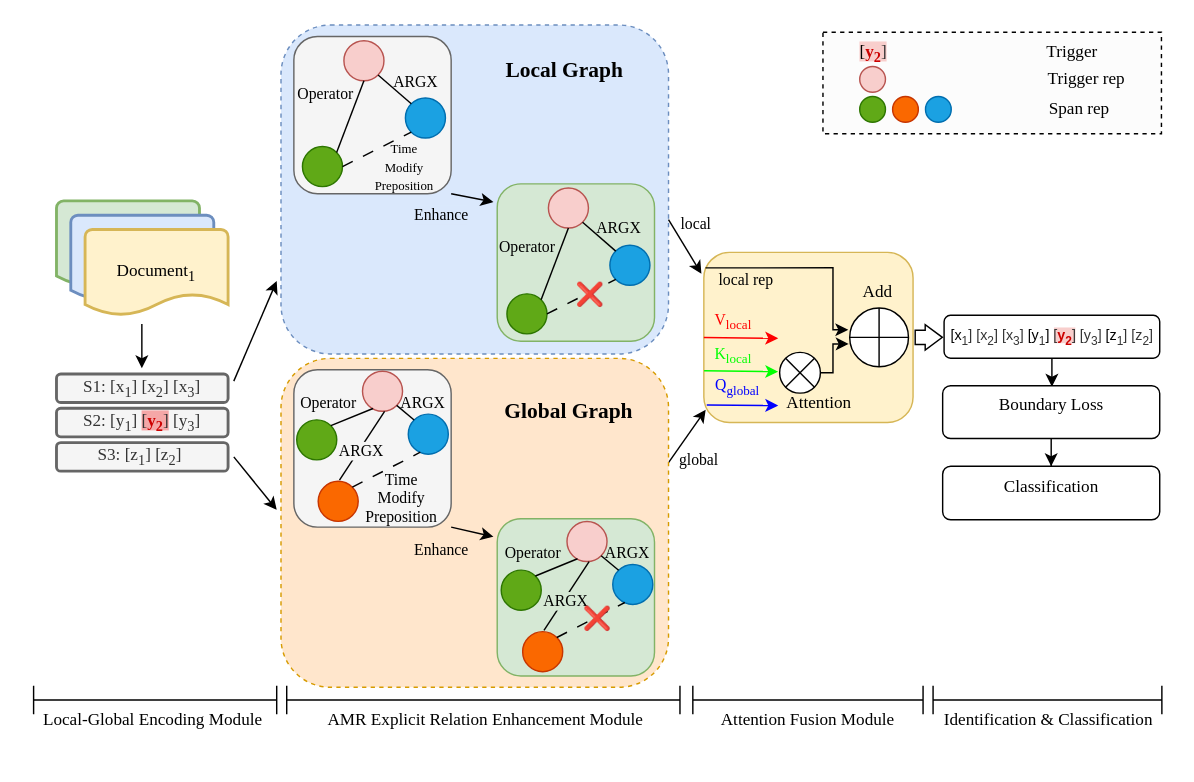
The draw.io diagram model-modify2.drawio in crawlerWPS/drawing, before the edit. Source tidied: cells renumbered, new cells numbered last; positions are measured from the earlier drawing's top-left corner, leaving out a move shared by most shapes. Both pictures are drawn from the tidied source at 143%, with x=0, y=0 at pixel (33, 24).
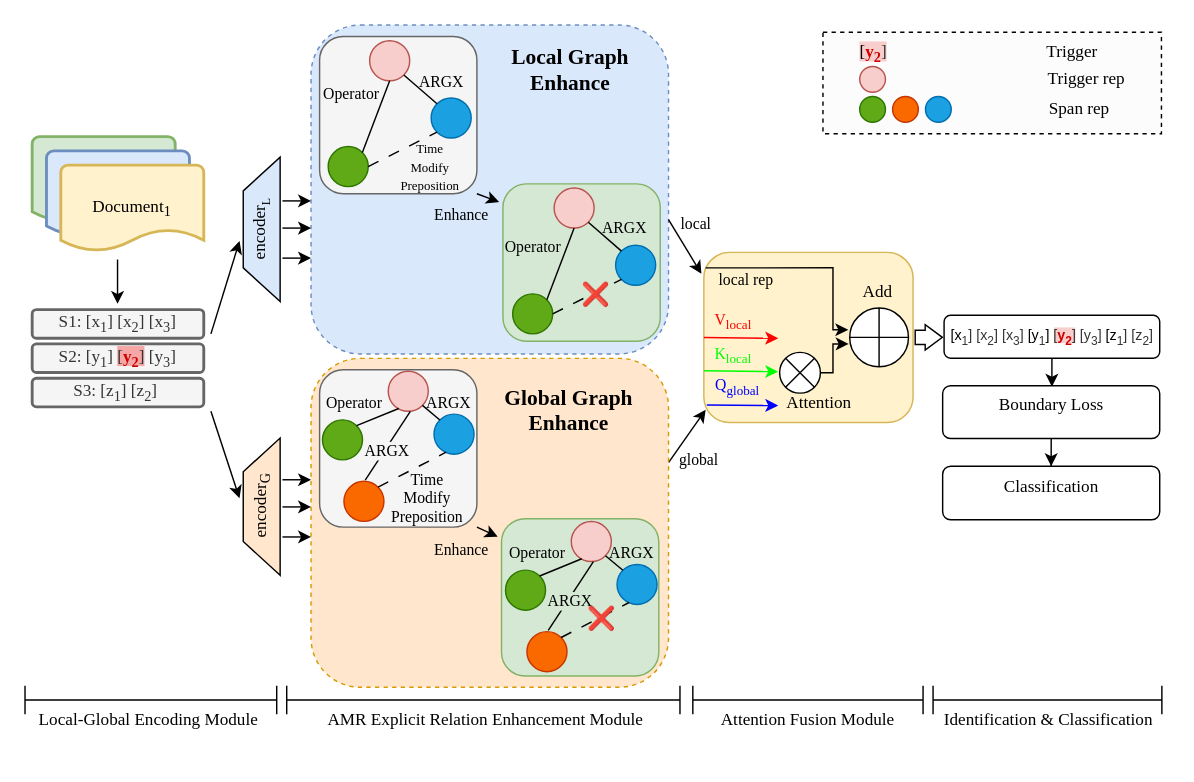
The same page after the edit.

Diff of the diagram source:
```diff
@@
     <mxCell id="2" style="rounded=1;whiteSpace=wrap;html=1;fillStyle=auto;dashed=1;glass=0;perimeterSpacing=0;fillColor=#dae8fc;strokeColor=#6c8ebf;" parent="1" vertex="1">
-      <mxGeometry x="173" width="271" height="230" as="geometry" />
+      <mxGeometry x="194" width="250" height="230" as="geometry" />
     </mxCell>
     <mxCell id="3" style="rounded=1;whiteSpace=wrap;html=1;fillColor=#f5f5f5;fontColor=#333333;strokeColor=#666666;" parent="1" vertex="1">
-      <mxGeometry x="182" y="8" width="110" height="110" as="geometry" />
+      <mxGeometry x="200" y="8" width="110" height="110" as="geometry" />
     </mxCell>
     <mxCell id="4" style="strokeWidth=2;html=1;shape=mxgraph.flowchart.document2;whiteSpace=wrap;size=0.25;fillColor=#d5e8d4;strokeColor=#82b366;" parent="1" vertex="1">
-      <mxGeometry x="16" y="123" width="100" height="60" as="geometry" />
+      <mxGeometry x="-1" y="78" width="100" height="60" as="geometry" />
     </mxCell>
     <mxCell id="5" style="strokeWidth=2;html=1;shape=mxgraph.flowchart.document2;whiteSpace=wrap;size=0.25;fillColor=#dae8fc;strokeColor=#6c8ebf;" parent="1" vertex="1">
-      <mxGeometry x="26" y="133" width="100" height="60" as="geometry" />
+      <mxGeometry x="9" y="88" width="100" height="60" as="geometry" />
     </mxCell>
     <mxCell id="6" value="&lt;font face=&quot;Times New Roman&quot;&gt;Document&lt;sub&gt;1&lt;/sub&gt;&lt;/font&gt;" style="strokeWidth=2;html=1;shape=mxgraph.flowchart.document2;whiteSpace=wrap;size=0.25;fillColor=#fff2cc;strokeColor=#d6b656;" parent="1" vertex="1">
-      <mxGeometry x="36" y="143" width="100" height="60" as="geometry" />
+      <mxGeometry x="19" y="98" width="100" height="60" as="geometry" />
     </mxCell>
     <mxCell id="7" value="&lt;font face=&quot;Times New Roman&quot;&gt;S1: [x&lt;sub&gt;1&lt;/sub&gt;] [x&lt;sub&gt;2&lt;/sub&gt;] [x&lt;sub&gt;3&lt;/sub&gt;]&lt;/font&gt;" style="rounded=1;whiteSpace=wrap;html=1;strokeWidth=2;fillColor=#f5f5f5;fontColor=#333333;strokeColor=#666666;" parent="1" vertex="1">
-      <mxGeometry x="16" y="244" width="120" height="20" as="geometry" />
+      <mxGeometry x="-1" y="199" width="120" height="20" as="geometry" />
     </mxCell>
     <mxCell id="8" value="&lt;font face=&quot;Times New Roman&quot;&gt;S2: [y&lt;sub&gt;1&lt;/sub&gt;] &lt;span style=&quot;background-color: rgb(245, 167, 167);&quot;&gt;[&lt;font style=&quot;&quot; color=&quot;#cc0000&quot;&gt;&lt;b&gt;y&lt;sub&gt;2&lt;/sub&gt;&lt;/b&gt;&lt;/font&gt;]&lt;/span&gt; [y&lt;sub&gt;3&lt;/sub&gt;]&lt;/font&gt;" style="rounded=1;whiteSpace=wrap;html=1;strokeWidth=2;fillColor=#f5f5f5;fontColor=#333333;strokeColor=#666666;" parent="1" vertex="1">
-      <mxGeometry x="16" y="268" width="120" height="20" as="geometry" />
+      <mxGeometry x="-1" y="223" width="120" height="20" as="geometry" />
     </mxCell>
     <mxCell id="9" value="&lt;font face=&quot;Times New Roman&quot;&gt;S3: [z&lt;sub&gt;1&lt;/sub&gt;] [z&lt;sub&gt;2&lt;/sub&gt;]&amp;nbsp;&lt;/font&gt;" style="rounded=1;whiteSpace=wrap;html=1;strokeWidth=2;fillColor=#f5f5f5;fontColor=#333333;strokeColor=#666666;" parent="1" vertex="1">
-      <mxGeometry x="16" y="292" width="120" height="20" as="geometry" />
+      <mxGeometry x="-1" y="247" width="120" height="20" as="geometry" />
     </mxCell>
@@
     <mxCell id="14" style="edgeStyle=none;orthogonalLoop=1;jettySize=auto;html=1;rounded=0;" parent="1" edge="1">
       <mxGeometry relative="1" as="geometry">
-        <mxPoint x="140" y="249" as="sourcePoint" />
-        <mxPoint x="170" y="179" as="targetPoint" />
+        <mxPoint x="124" y="216" as="sourcePoint" />
+        <mxPoint x="144" y="151" as="targetPoint" />
       </mxGeometry>
     </mxCell>
     <mxCell id="15" style="edgeStyle=none;orthogonalLoop=1;jettySize=auto;html=1;rounded=0;" parent="1" edge="1">
       <mxGeometry relative="1" as="geometry">
-        <mxPoint x="140" y="302" as="sourcePoint" />
-        <mxPoint x="170" y="339" as="targetPoint" />
+        <mxPoint x="124" y="270.1" as="sourcePoint" />
+        <mxPoint x="144" y="331" as="targetPoint" />
       </mxGeometry>
     </mxCell>
     <mxCell id="16" style="rounded=1;whiteSpace=wrap;html=1;fillColor=#d5e8d4;strokeColor=#82b366;" parent="1" vertex="1">
-      <mxGeometry x="324.2" y="111.1" width="110" height="110" as="geometry" />
+      <mxGeometry x="328.2" y="111.1" width="110" height="110" as="geometry" />
     </mxCell>
@@
     <mxCell id="19" style="ellipse;whiteSpace=wrap;html=1;fillColor=#f8cecc;strokeColor=#b85450;" parent="1" vertex="1">
-      <mxGeometry x="217" y="11" width="28" height="28" as="geometry" />
+      <mxGeometry x="235" y="11" width="28" height="28" as="geometry" />
     </mxCell>
     <mxCell id="20" style="ellipse;whiteSpace=wrap;html=1;fillColor=#1ba1e2;fontColor=#ffffff;strokeColor=#006EAF;" parent="1" vertex="1">
-      <mxGeometry x="260" y="51" width="28" height="28" as="geometry" />
+      <mxGeometry x="278" y="51" width="28" height="28" as="geometry" />
     </mxCell>
     <mxCell id="21" style="ellipse;whiteSpace=wrap;html=1;fillColor=#60a917;fontColor=#ffffff;strokeColor=#2D7600;" parent="1" vertex="1">
-      <mxGeometry x="188" y="85" width="28" height="28" as="geometry" />
+      <mxGeometry x="206" y="85" width="28" height="28" as="geometry" />
     </mxCell>
@@
-    <mxCell id="42" value="&lt;font face=&quot;Times New Roman&quot; style=&quot;font-size: 15px;&quot;&gt;&lt;b&gt;Local Graph&lt;/b&gt;&lt;/font&gt;" style="text;html=1;align=center;verticalAlign=middle;strokeColor=none;fillColor=none;" parent="1" vertex="1">
-      <mxGeometry x="316.2" y="16" width="110" height="30" as="geometry" />
+    <mxCell id="42" value="&lt;font face=&quot;Times New Roman&quot; style=&quot;font-size: 15px;&quot;&gt;&lt;b&gt;Local Graph&lt;br&gt;Enhance&lt;br&gt;&lt;/b&gt;&lt;/font&gt;" style="text;html=1;align=center;verticalAlign=middle;strokeColor=none;fillColor=none;" parent="1" vertex="1">
+      <mxGeometry x="320.2" y="6" width="110" height="50" as="geometry" />
     </mxCell>
@@
     <mxCell id="58" style="endArrow=classic;html=1;rounded=0;" parent="1" edge="1">
       <mxGeometry relative="1" as="geometry">
-        <mxPoint x="75.7" y="209" as="sourcePoint" />
-        <mxPoint x="75.7" y="240" as="targetPoint" />
+        <mxPoint x="58.7" y="164" as="sourcePoint" />
+        <mxPoint x="58.7" y="195" as="targetPoint" />
       </mxGeometry>
     </mxCell>
     <mxCell id="59" style="ellipse;whiteSpace=wrap;html=1;fillColor=#f8cecc;strokeColor=#b85450;" parent="1" vertex="1">
-      <mxGeometry x="360" y="114" width="28" height="28" as="geometry" />
+      <mxGeometry x="364" y="114" width="28" height="28" as="geometry" />
     </mxCell>
     <mxCell id="60" style="ellipse;whiteSpace=wrap;html=1;fillColor=#1ba1e2;fontColor=#ffffff;strokeColor=#006EAF;" parent="1" vertex="1">
-      <mxGeometry x="403" y="154" width="28" height="28" as="geometry" />
+      <mxGeometry x="407" y="154" width="28" height="28" as="geometry" />
     </mxCell>
     <mxCell id="61" style="ellipse;whiteSpace=wrap;html=1;fillColor=#60a917;fontColor=#ffffff;strokeColor=#2D7600;" parent="1" vertex="1">
-      <mxGeometry x="331" y="188" width="28" height="28" as="geometry" />
+      <mxGeometry x="335" y="188" width="28" height="28" as="geometry" />
     </mxCell>
@@
     <mxCell id="68" style="rounded=1;whiteSpace=wrap;html=1;fillStyle=auto;dashed=1;glass=0;perimeterSpacing=0;fillColor=#ffe6cc;strokeColor=#d79b00;" parent="1" vertex="1">
-      <mxGeometry x="173" y="233.1" width="271" height="230" as="geometry" />
+      <mxGeometry x="194" y="233.1" width="250" height="230" as="geometry" />
     </mxCell>
     <mxCell id="69" style="rounded=1;whiteSpace=wrap;html=1;fillColor=#f5f5f5;fontColor=#333333;strokeColor=#666666;" parent="1" vertex="1">
-      <mxGeometry x="182" y="241.1" width="110" height="110" as="geometry" />
+      <mxGeometry x="200" y="241.1" width="110" height="110" as="geometry" />
     </mxCell>
     <mxCell id="70" style="rounded=1;whiteSpace=wrap;html=1;fillColor=#d5e8d4;strokeColor=#82b366;" parent="1" vertex="1">
-      <mxGeometry x="324.2" y="345.2" width="110" height="110" as="geometry" />
+      <mxGeometry x="327.2" y="345.2" width="110" height="110" as="geometry" />
     </mxCell>
@@
     <mxCell id="73" style="ellipse;whiteSpace=wrap;html=1;fillColor=#f8cecc;strokeColor=#b85450;" parent="1" vertex="1">
-      <mxGeometry x="230" y="242.1" width="28" height="28" as="geometry" />
+      <mxGeometry x="248" y="242.1" width="28" height="28" as="geometry" />
     </mxCell>
     <mxCell id="74" style="ellipse;whiteSpace=wrap;html=1;fillColor=#1ba1e2;fontColor=#ffffff;strokeColor=#006EAF;" parent="1" vertex="1">
-      <mxGeometry x="262" y="272.1" width="28" height="28" as="geometry" />
+      <mxGeometry x="280" y="272.1" width="28" height="28" as="geometry" />
     </mxCell>
     <mxCell id="75" style="ellipse;whiteSpace=wrap;html=1;fillColor=#60a917;fontColor=#ffffff;strokeColor=#2D7600;" parent="1" vertex="1">
-      <mxGeometry x="184" y="276.1" width="28" height="28" as="geometry" />
+      <mxGeometry x="202" y="276.1" width="28" height="28" as="geometry" />
     </mxCell>
@@
     <mxCell id="80" style="ellipse;whiteSpace=wrap;html=1;fillColor=#fa6800;fontColor=#000000;strokeColor=#C73500;" parent="1" vertex="1">
-      <mxGeometry x="199" y="319.1" width="28" height="28" as="geometry" />
+      <mxGeometry x="217" y="319.1" width="28" height="28" as="geometry" />
     </mxCell>
@@
     <mxCell id="84" style="ellipse;whiteSpace=wrap;html=1;fillColor=#f8cecc;strokeColor=#b85450;" parent="1" vertex="1">
-      <mxGeometry x="373" y="347.2" width="28" height="28" as="geometry" />
+      <mxGeometry x="376" y="347.2" width="28" height="28" as="geometry" />
     </mxCell>
     <mxCell id="85" style="ellipse;whiteSpace=wrap;html=1;fillColor=#1ba1e2;fontColor=#ffffff;strokeColor=#006EAF;" parent="1" vertex="1">
-      <mxGeometry x="405" y="377.2" width="28" height="28" as="geometry" />
+      <mxGeometry x="408" y="377.2" width="28" height="28" as="geometry" />
     </mxCell>
     <mxCell id="86" style="ellipse;whiteSpace=wrap;html=1;fillColor=#60a917;fontColor=#ffffff;strokeColor=#2D7600;" parent="1" vertex="1">
-      <mxGeometry x="327" y="381.2" width="28" height="28" as="geometry" />
+      <mxGeometry x="330" y="381.2" width="28" height="28" as="geometry" />
     </mxCell>
@@
     <mxCell id="91" style="ellipse;whiteSpace=wrap;html=1;fillColor=#fa6800;fontColor=#000000;strokeColor=#C73500;" parent="1" vertex="1">
-      <mxGeometry x="342" y="424.2" width="28" height="28" as="geometry" />
+      <mxGeometry x="345" y="424.2" width="28" height="28" as="geometry" />
     </mxCell>
@@
-    <mxCell id="96" value="&lt;b&gt;&lt;font face=&quot;Times New Roman&quot; style=&quot;font-size: 15px;&quot;&gt;Global Graph&lt;/font&gt;&lt;/b&gt;" style="text;html=1;align=center;verticalAlign=middle;strokeColor=none;fillColor=none;" parent="1" vertex="1">
-      <mxGeometry x="319.2" y="254.1" width="110" height="30" as="geometry" />
+    <mxCell id="96" value="&lt;b&gt;&lt;font face=&quot;Times New Roman&quot; style=&quot;font-size: 15px;&quot;&gt;Global Graph&lt;br&gt;Enhance&lt;br&gt;&lt;/font&gt;&lt;/b&gt;" style="text;html=1;align=center;verticalAlign=middle;strokeColor=none;fillColor=none;" parent="1" vertex="1">
+      <mxGeometry x="319.2" y="244.1" width="110" height="50" as="geometry" />
     </mxCell>
     <mxCell id="97" style="shape=crossbar;whiteSpace=wrap;html=1;rounded=1;" parent="1" vertex="1">
-      <mxGeometry y="462" width="170" height="20" as="geometry" />
+      <mxGeometry x="-6" y="462" width="176" height="20" as="geometry" />
     </mxCell>
@@
     <mxCell id="100" value="&lt;div style=&quot;text-align: center;&quot;&gt;&lt;span style=&quot;background-color: rgb(255, 255, 255);&quot;&gt;&lt;font face=&quot;Times New Roman&quot;&gt;Local-Global Encoding Module&lt;/font&gt;&lt;/span&gt;&lt;/div&gt;" style="text;whiteSpace=wrap;html=1;" parent="1" vertex="1">
-      <mxGeometry x="5" y="472" width="159" height="40" as="geometry" />
+      <mxGeometry x="2" y="472" width="159" height="40" as="geometry" />
     </mxCell>
@@
+    <mxCell id="105" value="&lt;font face=&quot;Times New Roman&quot;&gt;encoder&lt;span style=&quot;font-size: 10px;&quot;&gt;&lt;sub&gt;L&lt;/sub&gt;&lt;/span&gt;&lt;/font&gt;" style="shape=trapezoid;perimeter=trapezoidPerimeter;whiteSpace=wrap;html=1;fixedSize=1;rotation=-90;size=23.600000000000023;fillColor=#dae8fc;" parent="1" vertex="1">
+      <mxGeometry x="109" y="130" width="101" height="25.8" as="geometry" />
+    </mxCell>
+    <mxCell id="106" value="&lt;font face=&quot;Times New Roman&quot;&gt;encoder&lt;sub&gt;G&lt;/sub&gt;&lt;/font&gt;" style="shape=trapezoid;perimeter=trapezoidPerimeter;whiteSpace=wrap;html=1;fixedSize=1;rotation=-90;size=23.600000000000023;fillColor=#ffe6cc;" parent="1" vertex="1">
+      <mxGeometry x="111.5" y="323.9" width="96" height="25.8" as="geometry" />
+    </mxCell>
+    <mxCell id="107" style="endArrow=classic;html=1;rounded=0;" parent="1" edge="1">
+      <mxGeometry relative="1" as="geometry">
+        <mxPoint x="174" y="142" as="sourcePoint" />
+        <mxPoint x="194" y="142" as="targetPoint" />
+      </mxGeometry>
+    </mxCell>
+    <mxCell id="108" style="endArrow=classic;html=1;rounded=0;" parent="1" edge="1">
+      <mxGeometry relative="1" as="geometry">
+        <mxPoint x="174" y="163" as="sourcePoint" />
+        <mxPoint x="194" y="163" as="targetPoint" />
+      </mxGeometry>
+    </mxCell>
+    <mxCell id="109" style="endArrow=classic;html=1;rounded=0;" parent="1" edge="1">
+      <mxGeometry relative="1" as="geometry">
+        <mxPoint x="174" y="123" as="sourcePoint" />
+        <mxPoint x="194" y="123" as="targetPoint" />
+      </mxGeometry>
+    </mxCell>
+    <mxCell id="110" style="endArrow=classic;html=1;rounded=0;" parent="1" edge="1">
+      <mxGeometry relative="1" as="geometry">
+        <mxPoint x="174" y="337" as="sourcePoint" />
+        <mxPoint x="194" y="337" as="targetPoint" />
+      </mxGeometry>
+    </mxCell>
+    <mxCell id="111" style="endArrow=classic;html=1;rounded=0;" parent="1" edge="1">
+      <mxGeometry relative="1" as="geometry">
+        <mxPoint x="174" y="358" as="sourcePoint" />
+        <mxPoint x="194" y="358" as="targetPoint" />
+      </mxGeometry>
+    </mxCell>
+    <mxCell id="112" style="endArrow=classic;html=1;rounded=0;" parent="1" edge="1">
+      <mxGeometry relative="1" as="geometry">
+        <mxPoint x="174" y="318" as="sourcePoint" />
+        <mxPoint x="194" y="318" as="targetPoint" />
+      </mxGeometry>
+    </mxCell>
```
